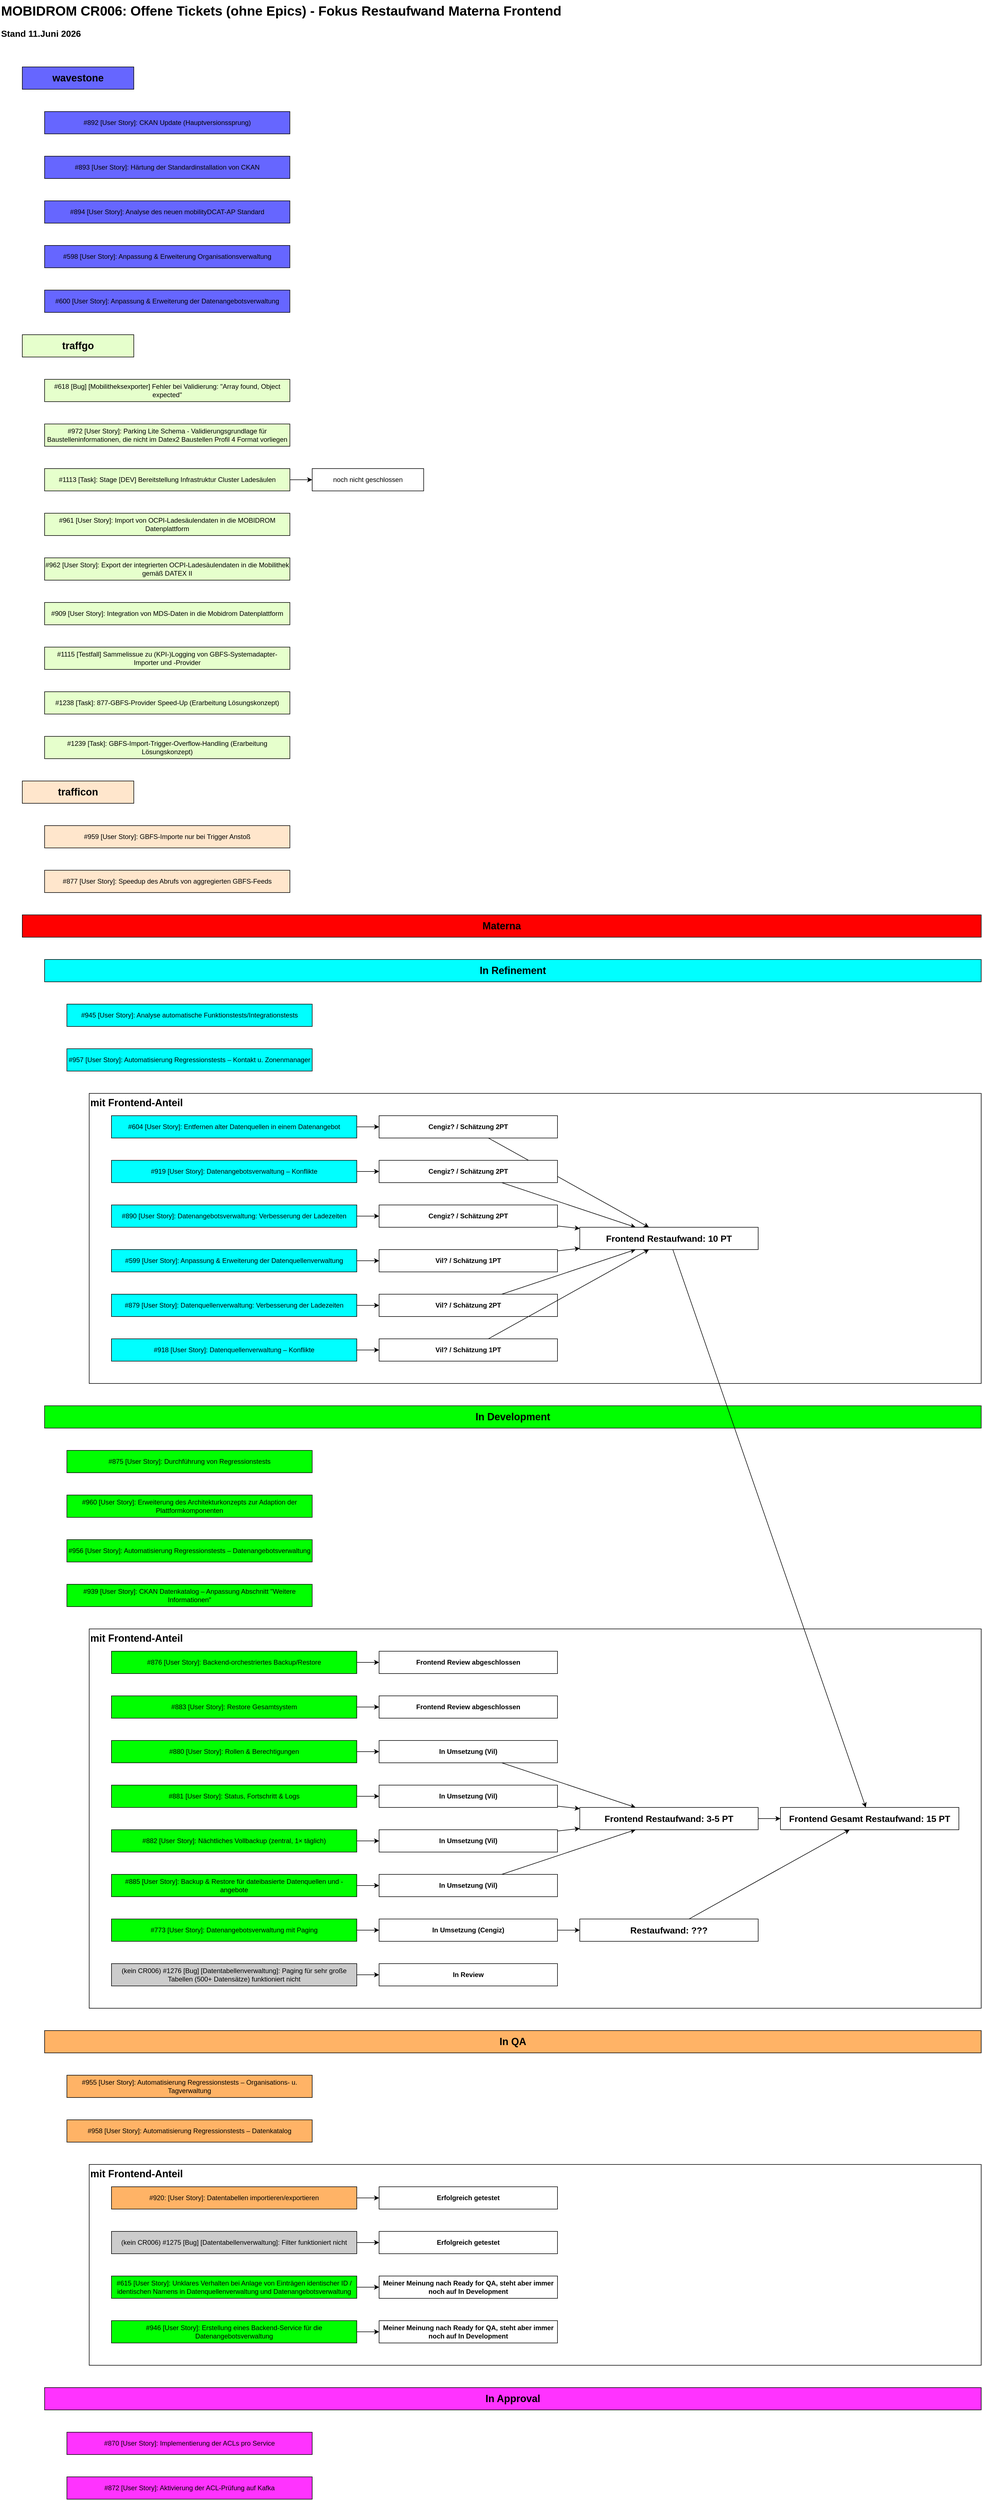
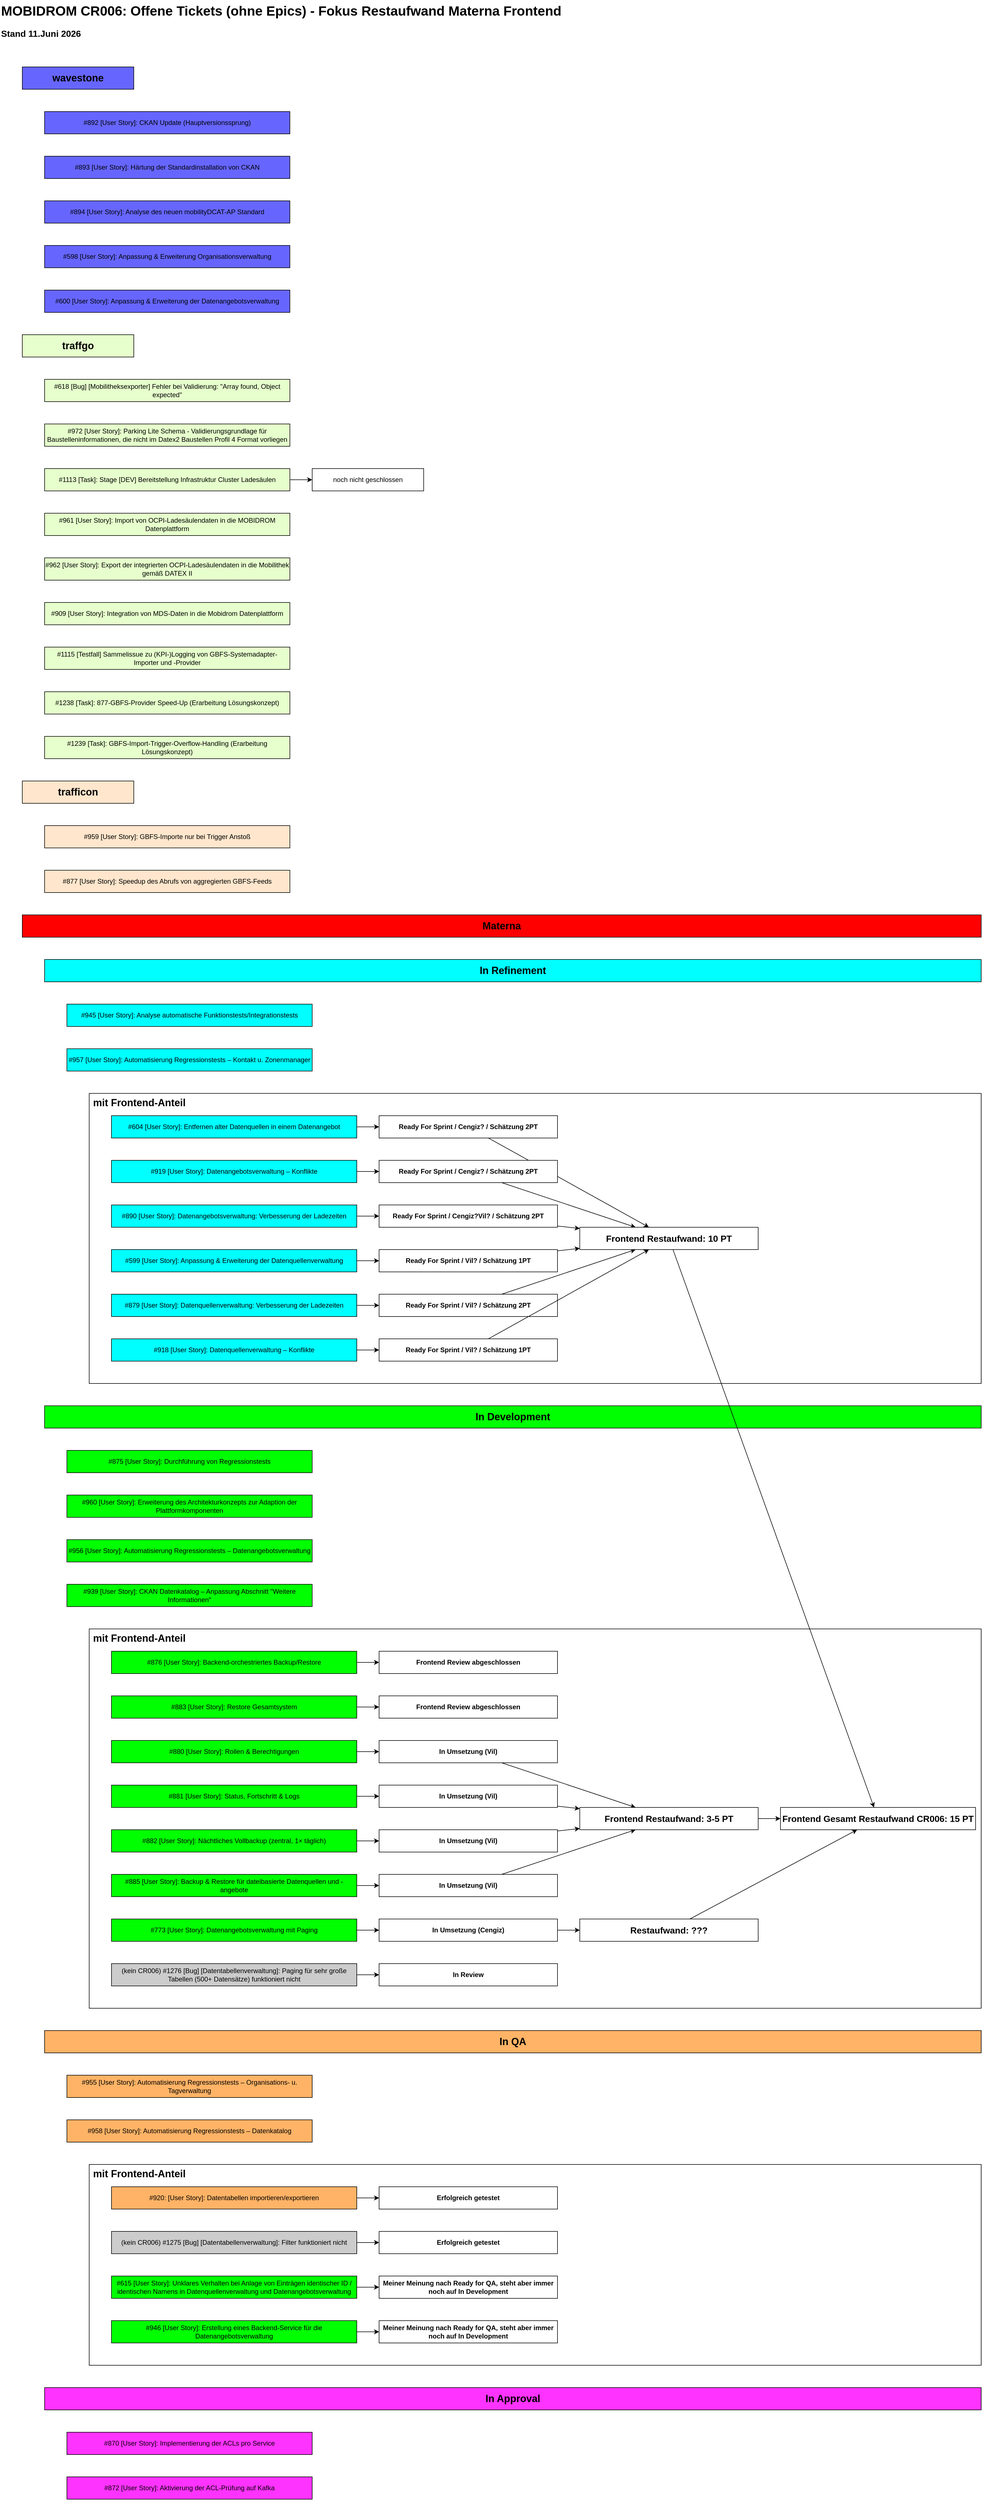
<mxfile host="app.diagrams.net">
  <diagram name="Page-1" id="0BLjgJdESMF3buwbVgl_">
-     <mxGraphModel dx="1816" dy="1098" grid="1" gridSize="10" guides="1" tooltips="1" connect="1" arrows="1" fold="1" page="1" pageScale="1" pageWidth="850" pageHeight="1100" math="0" shadow="0">
+     <mxGraphModel dx="506" dy="297" grid="1" gridSize="10" guides="1" tooltips="1" connect="1" arrows="1" fold="1" page="1" pageScale="1" pageWidth="850" pageHeight="1100" math="0" shadow="0">
      <root>
        <mxCell id="0" />
        <mxCell id="1" parent="0" />
-         <mxCell id="KAzs0ncSA1o2T3-7AXRQ-69" parent="1" style="rounded=0;whiteSpace=wrap;html=1;fontColor=#000000;fillColor=#FFFFFF;fontStyle=1;fontSize=18;align=left;verticalAlign=top;" value="mit Frontend-Anteil" vertex="1">
+         <mxCell id="KAzs0ncSA1o2T3-7AXRQ-69" parent="1" style="rounded=0;whiteSpace=wrap;html=1;fontColor=#000000;fillColor=#FFFFFF;fontStyle=1;fontSize=18;align=left;verticalAlign=top;" value="&amp;nbsp;mit Frontend-Anteil" vertex="1">
          <mxGeometry height="360" width="1600" x="200" y="3920" as="geometry" />
        </mxCell>
-         <mxCell id="KAzs0ncSA1o2T3-7AXRQ-68" parent="1" style="rounded=0;whiteSpace=wrap;html=1;fontColor=#000000;fillColor=#FFFFFF;fontStyle=1;fontSize=18;align=left;verticalAlign=top;" value="mit Frontend-Anteil" vertex="1">
+         <mxCell id="KAzs0ncSA1o2T3-7AXRQ-68" parent="1" style="rounded=0;whiteSpace=wrap;html=1;fontColor=#000000;fillColor=#FFFFFF;fontStyle=1;fontSize=18;align=left;verticalAlign=top;" value="&amp;nbsp;mit Frontend-Anteil" vertex="1">
          <mxGeometry height="680" width="1600" x="200" y="2960" as="geometry" />
        </mxCell>
-         <mxCell id="KAzs0ncSA1o2T3-7AXRQ-67" parent="1" style="rounded=0;whiteSpace=wrap;html=1;fontColor=#000000;fillColor=#FFFFFF;fontStyle=1;verticalAlign=top;align=left;fontSize=18;" value="mit Frontend-Anteil" vertex="1">
+         <mxCell id="KAzs0ncSA1o2T3-7AXRQ-67" parent="1" style="rounded=0;whiteSpace=wrap;html=1;fontColor=#000000;fillColor=#FFFFFF;fontStyle=1;verticalAlign=top;align=left;fontSize=18;" value="&amp;nbsp;mit Frontend-Anteil" vertex="1">
          <mxGeometry height="520" width="1600" x="200" y="2000" as="geometry" />
        </mxCell>
        <mxCell id="KAzs0ncSA1o2T3-7AXRQ-1" parent="1" style="rounded=0;whiteSpace=wrap;html=1;strokeColor=none;fontSize=24;fontStyle=1;align=left;" value="MOBIDROM CR006: Offene Tickets (ohne Epics) - Fokus Restaufwand Materna Frontend" vertex="1">
          <mxGeometry height="40" width="1030" x="40" y="40" as="geometry" />
        </mxCell>
        <mxCell id="KAzs0ncSA1o2T3-7AXRQ-2" parent="1" style="rounded=0;whiteSpace=wrap;html=1;strokeColor=none;fontSize=16;fontStyle=1;align=left;" value="&lt;div&gt;Stand 11.Juni 2026&lt;/div&gt;" vertex="1">
          <mxGeometry height="40" width="160" x="40" y="80" as="geometry" />
        </mxCell>
        <mxCell id="KAzs0ncSA1o2T3-7AXRQ-77" edge="1" parent="1" source="KAzs0ncSA1o2T3-7AXRQ-3" style="edgeStyle=none;rounded=0;orthogonalLoop=1;jettySize=auto;html=1;" target="KAzs0ncSA1o2T3-7AXRQ-76" value="">
          <mxGeometry relative="1" as="geometry" />
        </mxCell>
        <mxCell id="KAzs0ncSA1o2T3-7AXRQ-3" parent="1" style="rounded=0;whiteSpace=wrap;html=1;fillColor=#FFB366;" value="#920: [User Story]: Datentabellen importieren/exportieren" vertex="1">
          <mxGeometry height="40" width="440" x="240" y="3960" as="geometry" />
        </mxCell>
        <mxCell id="KAzs0ncSA1o2T3-7AXRQ-4" parent="1" style="rounded=0;whiteSpace=wrap;html=1;fontColor=#000000;fillColor=#FFB366;fontStyle=1;fontSize=18;" value="In QA" vertex="1">
          <mxGeometry height="40" width="1680" x="120" y="3680" as="geometry" />
        </mxCell>
        <mxCell id="KAzs0ncSA1o2T3-7AXRQ-5" parent="1" style="rounded=0;whiteSpace=wrap;html=1;fillColor=#6666FF;" value="#892&amp;nbsp;[User Story]: CKAN Update (Hauptversionssprung)" vertex="1">
          <mxGeometry height="40" width="440" x="120" y="240" as="geometry" />
        </mxCell>
        <mxCell id="KAzs0ncSA1o2T3-7AXRQ-6" parent="1" style="rounded=0;whiteSpace=wrap;html=1;fontColor=#000000;fillColor=#6666FF;fontStyle=1;fontSize=18;" value="wavestone" vertex="1">
          <mxGeometry height="40" width="200" x="80" y="160" as="geometry" />
        </mxCell>
        <mxCell id="KAzs0ncSA1o2T3-7AXRQ-7" parent="1" style="rounded=0;whiteSpace=wrap;html=1;fillColor=#FF33FF;" value="#870&amp;nbsp;[User Story]: Implementierung der ACLs pro Service" vertex="1">
          <mxGeometry height="40" width="440" x="160" y="4400" as="geometry" />
        </mxCell>
        <mxCell id="KAzs0ncSA1o2T3-7AXRQ-8" parent="1" style="rounded=0;whiteSpace=wrap;html=1;fillColor=#FF33FF;" value="#872&amp;nbsp;[User Story]: Aktivierung der ACL-Prüfung auf Kafka" vertex="1">
          <mxGeometry height="40" width="440" x="160" y="4480" as="geometry" />
        </mxCell>
        <mxCell id="KAzs0ncSA1o2T3-7AXRQ-9" parent="1" style="rounded=0;whiteSpace=wrap;html=1;fontColor=#000000;fillColor=#FF33FF;fontStyle=1;fontSize=18;" value="In Approval" vertex="1">
          <mxGeometry height="40" width="1680" x="120" y="4320" as="geometry" />
        </mxCell>
        <mxCell id="KAzs0ncSA1o2T3-7AXRQ-10" parent="1" style="rounded=0;whiteSpace=wrap;html=1;fillColor=#6666FF;" value="#893&amp;nbsp;[User Story]: Härtung der Standardinstallation von CKAN" vertex="1">
          <mxGeometry height="40" width="440" x="120" y="320" as="geometry" />
        </mxCell>
        <mxCell id="KAzs0ncSA1o2T3-7AXRQ-11" parent="1" style="rounded=0;whiteSpace=wrap;html=1;fillColor=#6666FF;" value="#894&amp;nbsp;[User Story]: Analyse des neuen mobilityDCAT-AP Standard" vertex="1">
          <mxGeometry height="40" width="440" x="120" y="400" as="geometry" />
        </mxCell>
        <mxCell id="KAzs0ncSA1o2T3-7AXRQ-12" parent="1" style="rounded=0;whiteSpace=wrap;html=1;fillColor=#E6FFCC;" value="#618&amp;nbsp;[Bug] [Mobilitheksexporter] Fehler bei Validierung: &quot;Array found, Object expected&quot;" vertex="1">
          <mxGeometry height="40" width="440" x="120" y="720" as="geometry" />
        </mxCell>
        <mxCell id="KAzs0ncSA1o2T3-7AXRQ-13" parent="1" style="rounded=0;whiteSpace=wrap;html=1;fontColor=#000000;fillColor=#E6FFCC;fontStyle=1;fontSize=18;" value="&lt;div&gt;traffgo&lt;/div&gt;" vertex="1">
          <mxGeometry height="40" width="200" x="80" y="640" as="geometry" />
        </mxCell>
        <mxCell id="KAzs0ncSA1o2T3-7AXRQ-14" parent="1" style="rounded=0;whiteSpace=wrap;html=1;fontColor=#000000;fillColor=#FFE6CC;fontStyle=1;fontSize=18;" value="&lt;div&gt;trafficon&lt;/div&gt;" vertex="1">
          <mxGeometry height="40" width="200" x="80" y="1440" as="geometry" />
        </mxCell>
        <mxCell id="KAzs0ncSA1o2T3-7AXRQ-15" parent="1" style="rounded=0;whiteSpace=wrap;html=1;fillColor=#FFE6CC;" value="#959&amp;nbsp;[User Story]: GBFS-Importe nur bei Trigger Anstoß" vertex="1">
          <mxGeometry height="40" width="440" x="120" y="1520" as="geometry" />
        </mxCell>
        <mxCell id="KAzs0ncSA1o2T3-7AXRQ-75" edge="1" parent="1" source="KAzs0ncSA1o2T3-7AXRQ-16" style="edgeStyle=none;rounded=0;orthogonalLoop=1;jettySize=auto;html=1;" target="KAzs0ncSA1o2T3-7AXRQ-74" value="">
          <mxGeometry relative="1" as="geometry" />
        </mxCell>
        <mxCell id="KAzs0ncSA1o2T3-7AXRQ-16" parent="1" style="rounded=0;whiteSpace=wrap;html=1;fillColor=#00FF00;" value="#615&amp;nbsp;[User Story]: Unklares Verhalten bei Anlage von Einträgen identischer ID / identischen Namens in Datenquellenverwaltung und Datenangebotsverwaltung" vertex="1">
          <mxGeometry height="40" width="440" x="240" y="4120" as="geometry" />
        </mxCell>
        <mxCell id="KAzs0ncSA1o2T3-7AXRQ-17" parent="1" style="rounded=0;whiteSpace=wrap;html=1;fontColor=#000000;fillColor=#00FF00;fontStyle=1;fontSize=18;" value="In Development" vertex="1">
          <mxGeometry height="40" width="1680" x="120" y="2560" as="geometry" />
        </mxCell>
        <mxCell id="KAzs0ncSA1o2T3-7AXRQ-83" edge="1" parent="1" source="KAzs0ncSA1o2T3-7AXRQ-18" style="edgeStyle=none;rounded=0;orthogonalLoop=1;jettySize=auto;html=1;" target="KAzs0ncSA1o2T3-7AXRQ-82" value="">
          <mxGeometry relative="1" as="geometry" />
        </mxCell>
        <mxCell id="KAzs0ncSA1o2T3-7AXRQ-18" parent="1" style="rounded=0;whiteSpace=wrap;html=1;fillColor=#00FF00;" value="#773&amp;nbsp;[User Story]: Datenangebotsverwaltung mit Paging" vertex="1">
          <mxGeometry height="40" width="440" x="240" y="3480" as="geometry" />
        </mxCell>
        <mxCell id="KAzs0ncSA1o2T3-7AXRQ-19" parent="1" style="rounded=0;whiteSpace=wrap;html=1;fillColor=#00FF00;" value="#875&amp;nbsp;[User Story]: Durchführung von Regressionstests" vertex="1">
          <mxGeometry height="40" width="440" x="160" y="2640" as="geometry" />
        </mxCell>
        <mxCell id="KAzs0ncSA1o2T3-7AXRQ-81" edge="1" parent="1" source="KAzs0ncSA1o2T3-7AXRQ-20" style="edgeStyle=none;rounded=0;orthogonalLoop=1;jettySize=auto;html=1;" target="KAzs0ncSA1o2T3-7AXRQ-80" value="">
          <mxGeometry relative="1" as="geometry" />
        </mxCell>
        <mxCell id="KAzs0ncSA1o2T3-7AXRQ-20" parent="1" style="rounded=0;whiteSpace=wrap;html=1;fillColor=#00FF00;" value="#876&amp;nbsp;[User Story]: Backend-orchestriertes Backup/Restore" vertex="1">
          <mxGeometry height="40" width="440" x="240" y="3000" as="geometry" />
        </mxCell>
        <mxCell id="KAzs0ncSA1o2T3-7AXRQ-21" parent="1" style="rounded=0;whiteSpace=wrap;html=1;fillColor=#FFE6CC;" value="#877&amp;nbsp;[User Story]: Speedup des Abrufs von aggregierten GBFS-Feeds" vertex="1">
          <mxGeometry height="40" width="440" x="120" y="1600" as="geometry" />
        </mxCell>
        <mxCell id="KAzs0ncSA1o2T3-7AXRQ-87" edge="1" parent="1" source="KAzs0ncSA1o2T3-7AXRQ-22" style="edgeStyle=none;rounded=0;orthogonalLoop=1;jettySize=auto;html=1;" target="KAzs0ncSA1o2T3-7AXRQ-86" value="">
          <mxGeometry relative="1" as="geometry" />
        </mxCell>
        <mxCell id="KAzs0ncSA1o2T3-7AXRQ-22" parent="1" style="rounded=0;whiteSpace=wrap;html=1;fillColor=#00FF00;" value="#880&amp;nbsp;[User Story]: Rollen &amp;amp; Berechtigungen" vertex="1">
          <mxGeometry height="40" width="440" x="240" y="3160" as="geometry" />
        </mxCell>
        <mxCell id="KAzs0ncSA1o2T3-7AXRQ-89" edge="1" parent="1" source="KAzs0ncSA1o2T3-7AXRQ-23" style="edgeStyle=none;rounded=0;orthogonalLoop=1;jettySize=auto;html=1;" target="KAzs0ncSA1o2T3-7AXRQ-88" value="">
          <mxGeometry relative="1" as="geometry" />
        </mxCell>
        <mxCell id="KAzs0ncSA1o2T3-7AXRQ-23" parent="1" style="rounded=0;whiteSpace=wrap;html=1;fillColor=#00FF00;" value="#881&amp;nbsp;[User Story]: Status, Fortschritt &amp;amp; Logs" vertex="1">
          <mxGeometry height="40" width="440" x="240" y="3240" as="geometry" />
        </mxCell>
        <mxCell id="KAzs0ncSA1o2T3-7AXRQ-93" edge="1" parent="1" source="KAzs0ncSA1o2T3-7AXRQ-24" style="edgeStyle=none;rounded=0;orthogonalLoop=1;jettySize=auto;html=1;" target="KAzs0ncSA1o2T3-7AXRQ-92" value="">
          <mxGeometry relative="1" as="geometry" />
        </mxCell>
        <mxCell id="KAzs0ncSA1o2T3-7AXRQ-24" parent="1" style="rounded=0;whiteSpace=wrap;html=1;fillColor=#00FF00;" value="#885&amp;nbsp;[User Story]: Backup &amp;amp; Restore für dateibasierte Datenquellen und -angebote" vertex="1">
          <mxGeometry height="40" width="440" x="240" y="3400" as="geometry" />
        </mxCell>
        <mxCell id="KAzs0ncSA1o2T3-7AXRQ-112" edge="1" parent="1" source="KAzs0ncSA1o2T3-7AXRQ-25" style="edgeStyle=none;rounded=0;orthogonalLoop=1;jettySize=auto;html=1;" target="KAzs0ncSA1o2T3-7AXRQ-111" value="">
          <mxGeometry relative="1" as="geometry" />
        </mxCell>
        <mxCell id="KAzs0ncSA1o2T3-7AXRQ-25" parent="1" style="rounded=0;whiteSpace=wrap;html=1;fillColor=#00FFFF;" value="#918&amp;nbsp;[User Story]: Datenquellenverwaltung – Konflikte" vertex="1">
          <mxGeometry height="40" width="440" x="240" y="2440" as="geometry" />
        </mxCell>
        <mxCell id="KAzs0ncSA1o2T3-7AXRQ-104" edge="1" parent="1" source="KAzs0ncSA1o2T3-7AXRQ-26" style="edgeStyle=none;rounded=0;orthogonalLoop=1;jettySize=auto;html=1;" target="KAzs0ncSA1o2T3-7AXRQ-103" value="">
          <mxGeometry relative="1" as="geometry" />
        </mxCell>
        <mxCell id="KAzs0ncSA1o2T3-7AXRQ-26" parent="1" style="rounded=0;whiteSpace=wrap;html=1;fillColor=#00FFFF;" value="#919&amp;nbsp;[User Story]: Datenangebotsverwaltung – Konflikte" vertex="1">
          <mxGeometry height="40" width="440" x="240" y="2120" as="geometry" />
        </mxCell>
        <mxCell id="KAzs0ncSA1o2T3-7AXRQ-27" parent="1" style="rounded=0;whiteSpace=wrap;html=1;fillColor=#FFB366;" value="#955&amp;nbsp;[User Story]: Automatisierung Regressionstests – Organisations- u. Tagverwaltung" vertex="1">
          <mxGeometry height="40" width="440" x="160" y="3760" as="geometry" />
        </mxCell>
        <mxCell id="KAzs0ncSA1o2T3-7AXRQ-28" parent="1" style="rounded=0;whiteSpace=wrap;html=1;fontColor=#000000;fillColor=#00FFFF;fontStyle=1;fontSize=18;" value="In Refinement" vertex="1">
          <mxGeometry height="40" width="1680" x="120" y="1760" as="geometry" />
        </mxCell>
        <mxCell id="KAzs0ncSA1o2T3-7AXRQ-29" parent="1" style="rounded=0;whiteSpace=wrap;html=1;fillColor=#00FF00;" value="#960&amp;nbsp;[User Story]: Erweiterung des Architekturkonzepts zur Adaption der Plattformkomponenten" vertex="1">
          <mxGeometry height="40" width="440" x="160" y="2720" as="geometry" />
        </mxCell>
        <mxCell id="KAzs0ncSA1o2T3-7AXRQ-30" parent="1" style="rounded=0;whiteSpace=wrap;html=1;fillColor=#6666FF;" value="#598&amp;nbsp;[User Story]: Anpassung &amp;amp; Erweiterung Organisationsverwaltung" vertex="1">
          <mxGeometry height="40" width="440" x="120" y="480" as="geometry" />
        </mxCell>
        <mxCell id="KAzs0ncSA1o2T3-7AXRQ-108" edge="1" parent="1" source="KAzs0ncSA1o2T3-7AXRQ-31" style="edgeStyle=none;rounded=0;orthogonalLoop=1;jettySize=auto;html=1;" target="KAzs0ncSA1o2T3-7AXRQ-107" value="">
          <mxGeometry relative="1" as="geometry" />
        </mxCell>
        <mxCell id="KAzs0ncSA1o2T3-7AXRQ-31" parent="1" style="rounded=0;whiteSpace=wrap;html=1;fillColor=#00FFFF;" value="#599&amp;nbsp;[User Story]: Anpassung &amp;amp; Erweiterung der Datenquellenverwaltung" vertex="1">
          <mxGeometry height="40" width="440" x="240" y="2280" as="geometry" />
        </mxCell>
        <mxCell id="KAzs0ncSA1o2T3-7AXRQ-32" parent="1" style="rounded=0;whiteSpace=wrap;html=1;fillColor=#6666FF;" value="#600&amp;nbsp;[User Story]: Anpassung &amp;amp; Erweiterung der Datenangebotsverwaltung" vertex="1">
          <mxGeometry height="40" width="440" x="120" y="560" as="geometry" />
        </mxCell>
        <mxCell id="KAzs0ncSA1o2T3-7AXRQ-106" edge="1" parent="1" source="KAzs0ncSA1o2T3-7AXRQ-33" style="edgeStyle=none;rounded=0;orthogonalLoop=1;jettySize=auto;html=1;" target="KAzs0ncSA1o2T3-7AXRQ-105" value="">
          <mxGeometry relative="1" as="geometry" />
        </mxCell>
        <mxCell id="KAzs0ncSA1o2T3-7AXRQ-33" parent="1" style="rounded=0;whiteSpace=wrap;html=1;fillColor=#00FFFF;" value="#890&amp;nbsp;[User Story]: Datenangebotsverwaltung: Verbesserung der Ladezeiten" vertex="1">
          <mxGeometry height="40" width="440" x="240" y="2200" as="geometry" />
        </mxCell>
        <mxCell id="KAzs0ncSA1o2T3-7AXRQ-34" parent="1" style="rounded=0;whiteSpace=wrap;html=1;fillColor=#E6FFCC;" value="#972&amp;nbsp;[User Story]: Parking Lite Schema - Validierungsgrundlage für Baustelleninformationen, die nicht im Datex2 Baustellen Profil 4 Format vorliegen" vertex="1">
          <mxGeometry height="40" width="440" x="120" y="800" as="geometry" />
        </mxCell>
        <mxCell id="KAzs0ncSA1o2T3-7AXRQ-55" edge="1" parent="1" source="KAzs0ncSA1o2T3-7AXRQ-35" style="edgeStyle=orthogonalEdgeStyle;rounded=0;orthogonalLoop=1;jettySize=auto;html=1;" target="KAzs0ncSA1o2T3-7AXRQ-54" value="">
          <mxGeometry relative="1" as="geometry" />
        </mxCell>
        <mxCell id="KAzs0ncSA1o2T3-7AXRQ-35" parent="1" style="rounded=0;whiteSpace=wrap;html=1;fillColor=#E6FFCC;" value="#1113&amp;nbsp;[Task]: Stage [DEV] Bereitstellung Infrastruktur Cluster Ladesäulen" vertex="1">
          <mxGeometry height="40" width="440" x="120" y="880" as="geometry" />
        </mxCell>
        <mxCell id="KAzs0ncSA1o2T3-7AXRQ-36" parent="1" style="rounded=0;whiteSpace=wrap;html=1;fillColor=#00FF00;" value="#956&amp;nbsp;[User Story]: Automatisierung Regressionstests – Datenangebotsverwaltung" vertex="1">
          <mxGeometry height="40" width="440" x="160" y="2800" as="geometry" />
        </mxCell>
        <mxCell id="KAzs0ncSA1o2T3-7AXRQ-37" parent="1" style="rounded=0;whiteSpace=wrap;html=1;fillColor=#FFB366;" value="#958&amp;nbsp;[User Story]: Automatisierung Regressionstests – Datenkatalog" vertex="1">
          <mxGeometry height="40" width="440" x="160" y="3840" as="geometry" />
        </mxCell>
        <mxCell id="KAzs0ncSA1o2T3-7AXRQ-38" parent="1" style="rounded=0;whiteSpace=wrap;html=1;fillColor=#E6FFCC;" value="#961&amp;nbsp;[User Story]: Import von OCPI-Ladesäulendaten in die MOBIDROM Datenplattform" vertex="1">
          <mxGeometry height="40" width="440" x="120" y="960" as="geometry" />
        </mxCell>
        <mxCell id="KAzs0ncSA1o2T3-7AXRQ-39" parent="1" style="rounded=0;whiteSpace=wrap;html=1;fillColor=#E6FFCC;" value="#962&amp;nbsp;[User Story]: Export der integrierten OCPI-Ladesäulendaten in die Mobilithek gemäß DATEX II" vertex="1">
          <mxGeometry height="40" width="440" x="120" y="1040" as="geometry" />
        </mxCell>
        <mxCell id="KAzs0ncSA1o2T3-7AXRQ-58" edge="1" parent="1" source="KAzs0ncSA1o2T3-7AXRQ-40" style="edgeStyle=none;rounded=0;orthogonalLoop=1;jettySize=auto;html=1;" target="KAzs0ncSA1o2T3-7AXRQ-41" value="">
          <mxGeometry relative="1" as="geometry" />
        </mxCell>
        <mxCell id="KAzs0ncSA1o2T3-7AXRQ-40" parent="1" style="rounded=0;whiteSpace=wrap;html=1;fillColor=#00FF00;" value="#946&amp;nbsp;[User Story]: Erstellung eines Backend-Service für die Datenangebotsverwaltung" vertex="1">
          <mxGeometry height="40" width="440" x="240" y="4200" as="geometry" />
        </mxCell>
        <mxCell id="KAzs0ncSA1o2T3-7AXRQ-41" parent="1" style="rounded=0;whiteSpace=wrap;html=1;fontStyle=1" value="Meiner Meinung nach Ready for QA, steht aber immer noch auf In Development" vertex="1">
          <mxGeometry height="40" width="320" x="720" y="4200" as="geometry" />
        </mxCell>
        <mxCell id="KAzs0ncSA1o2T3-7AXRQ-43" parent="1" style="rounded=0;whiteSpace=wrap;html=1;fillColor=#00FFFF;" value="#945&amp;nbsp;[User Story]: Analyse automatische Funktionstests/Integrationstests" vertex="1">
          <mxGeometry height="40" width="440" x="160" y="1840" as="geometry" />
        </mxCell>
        <mxCell id="KAzs0ncSA1o2T3-7AXRQ-44" parent="1" style="rounded=0;whiteSpace=wrap;html=1;fillColor=#E6FFCC;" value="#909&amp;nbsp;[User Story]: Integration von MDS-Daten in die Mobidrom Datenplattform" vertex="1">
          <mxGeometry height="40" width="440" x="120" y="1120" as="geometry" />
        </mxCell>
        <mxCell id="KAzs0ncSA1o2T3-7AXRQ-45" parent="1" style="rounded=0;whiteSpace=wrap;html=1;fillColor=#00FF00;" value="#939&amp;nbsp;[User Story]: CKAN Datenkatalog – Anpassung Abschnitt &quot;Weitere Informationen&quot;" vertex="1">
          <mxGeometry height="40" width="440" x="160" y="2880" as="geometry" />
        </mxCell>
        <mxCell id="KAzs0ncSA1o2T3-7AXRQ-102" edge="1" parent="1" source="KAzs0ncSA1o2T3-7AXRQ-46" style="edgeStyle=none;rounded=0;orthogonalLoop=1;jettySize=auto;html=1;" target="KAzs0ncSA1o2T3-7AXRQ-101" value="">
          <mxGeometry relative="1" as="geometry" />
        </mxCell>
        <mxCell id="KAzs0ncSA1o2T3-7AXRQ-46" parent="1" style="rounded=0;whiteSpace=wrap;html=1;fillColor=#00FFFF;" value="#604&amp;nbsp;[User Story]: Entfernen alter Datenquellen in einem Datenangebot" vertex="1">
          <mxGeometry height="40" width="440" x="240" y="2040" as="geometry" />
        </mxCell>
        <mxCell id="KAzs0ncSA1o2T3-7AXRQ-110" edge="1" parent="1" source="KAzs0ncSA1o2T3-7AXRQ-47" style="edgeStyle=none;rounded=0;orthogonalLoop=1;jettySize=auto;html=1;" target="KAzs0ncSA1o2T3-7AXRQ-109" value="">
          <mxGeometry relative="1" as="geometry" />
        </mxCell>
        <mxCell id="KAzs0ncSA1o2T3-7AXRQ-47" parent="1" style="rounded=0;whiteSpace=wrap;html=1;fillColor=#00FFFF;" value="#879&amp;nbsp;[User Story]: Datenquellenverwaltung: Verbesserung der Ladezeiten" vertex="1">
          <mxGeometry height="40" width="440" x="240" y="2360" as="geometry" />
        </mxCell>
        <mxCell id="KAzs0ncSA1o2T3-7AXRQ-91" edge="1" parent="1" source="KAzs0ncSA1o2T3-7AXRQ-48" style="edgeStyle=none;rounded=0;orthogonalLoop=1;jettySize=auto;html=1;" target="KAzs0ncSA1o2T3-7AXRQ-90" value="">
          <mxGeometry relative="1" as="geometry" />
        </mxCell>
        <mxCell id="KAzs0ncSA1o2T3-7AXRQ-48" parent="1" style="rounded=0;whiteSpace=wrap;html=1;fillColor=#00FF00;" value="#882&amp;nbsp;[User Story]: Nächtliches Vollbackup (zentral, 1× täglich)" vertex="1">
          <mxGeometry height="40" width="440" x="240" y="3320" as="geometry" />
        </mxCell>
        <mxCell id="KAzs0ncSA1o2T3-7AXRQ-85" edge="1" parent="1" source="KAzs0ncSA1o2T3-7AXRQ-49" style="edgeStyle=none;rounded=0;orthogonalLoop=1;jettySize=auto;html=1;" target="KAzs0ncSA1o2T3-7AXRQ-84" value="">
          <mxGeometry relative="1" as="geometry" />
        </mxCell>
        <mxCell id="KAzs0ncSA1o2T3-7AXRQ-49" parent="1" style="rounded=0;whiteSpace=wrap;html=1;fillColor=#00FF00;" value="#883&amp;nbsp;[User Story]: Restore Gesamtsystem" vertex="1">
          <mxGeometry height="40" width="440" x="240" y="3080" as="geometry" />
        </mxCell>
        <mxCell id="KAzs0ncSA1o2T3-7AXRQ-50" parent="1" style="rounded=0;whiteSpace=wrap;html=1;fillColor=#00FFFF;" value="#957&amp;nbsp;[User Story]: Automatisierung Regressionstests – Kontakt u. Zonenmanager" vertex="1">
          <mxGeometry height="40" width="440" x="160" y="1920" as="geometry" />
        </mxCell>
        <mxCell id="KAzs0ncSA1o2T3-7AXRQ-51" parent="1" style="rounded=0;whiteSpace=wrap;html=1;fillColor=#E6FFCC;" value="#1115&amp;nbsp;[Testfall] Sammelissue zu (KPI-)Logging von GBFS-Systemadapter-Importer und -Provider" vertex="1">
          <mxGeometry height="40" width="440" x="120" y="1200" as="geometry" />
        </mxCell>
        <mxCell id="KAzs0ncSA1o2T3-7AXRQ-52" parent="1" style="rounded=0;whiteSpace=wrap;html=1;fillColor=#E6FFCC;" value="#1238&amp;nbsp;[Task]: 877-GBFS-Provider Speed-Up (Erarbeitung Lösungskonzept)" vertex="1">
          <mxGeometry height="40" width="440" x="120" y="1280" as="geometry" />
        </mxCell>
        <mxCell id="KAzs0ncSA1o2T3-7AXRQ-53" parent="1" style="rounded=0;whiteSpace=wrap;html=1;fillColor=#E6FFCC;" value="#1239&amp;nbsp;[Task]: GBFS-Import-Trigger-Overflow-Handling (Erarbeitung Lösungskonzept)" vertex="1">
          <mxGeometry height="40" width="440" x="120" y="1360" as="geometry" />
        </mxCell>
        <mxCell id="KAzs0ncSA1o2T3-7AXRQ-54" parent="1" style="rounded=0;whiteSpace=wrap;html=1;" value="noch nicht geschlossen" vertex="1">
          <mxGeometry height="40" width="200" x="600" y="880" as="geometry" />
        </mxCell>
        <mxCell id="KAzs0ncSA1o2T3-7AXRQ-56" parent="1" style="rounded=0;whiteSpace=wrap;html=1;fontColor=#000000;fillColor=#FF0000;fontStyle=1;fontSize=18;" value="Materna" vertex="1">
          <mxGeometry height="40" width="1720" x="80" y="1680" as="geometry" />
        </mxCell>
        <mxCell id="KAzs0ncSA1o2T3-7AXRQ-62" edge="1" parent="1" source="KAzs0ncSA1o2T3-7AXRQ-16" style="edgeStyle=none;rounded=0;orthogonalLoop=1;jettySize=auto;html=1;exitX=0.75;exitY=0;exitDx=0;exitDy=0;" target="KAzs0ncSA1o2T3-7AXRQ-16">
          <mxGeometry relative="1" as="geometry" />
        </mxCell>
        <mxCell id="KAzs0ncSA1o2T3-7AXRQ-66" edge="1" parent="1" source="KAzs0ncSA1o2T3-7AXRQ-41" style="edgeStyle=none;rounded=0;orthogonalLoop=1;jettySize=auto;html=1;exitX=0.5;exitY=1;exitDx=0;exitDy=0;" target="KAzs0ncSA1o2T3-7AXRQ-41">
          <mxGeometry relative="1" as="geometry" />
        </mxCell>
        <mxCell id="KAzs0ncSA1o2T3-7AXRQ-79" edge="1" parent="1" source="KAzs0ncSA1o2T3-7AXRQ-70" style="edgeStyle=none;rounded=0;orthogonalLoop=1;jettySize=auto;html=1;" target="KAzs0ncSA1o2T3-7AXRQ-78" value="">
          <mxGeometry relative="1" as="geometry" />
        </mxCell>
        <mxCell id="KAzs0ncSA1o2T3-7AXRQ-70" parent="1" style="rounded=0;whiteSpace=wrap;html=1;fillColor=#CCCCCC;" value="(kein CR006) #1276&amp;nbsp;[Bug] [Datentabellenverwaltung]: Paging für sehr große Tabellen (500+ Datensätze) funktioniert nicht" vertex="1">
          <mxGeometry height="40" width="440" x="240" y="3560" as="geometry" />
        </mxCell>
        <mxCell id="KAzs0ncSA1o2T3-7AXRQ-73" edge="1" parent="1" source="KAzs0ncSA1o2T3-7AXRQ-71" style="edgeStyle=none;rounded=0;orthogonalLoop=1;jettySize=auto;html=1;" target="KAzs0ncSA1o2T3-7AXRQ-72" value="">
          <mxGeometry relative="1" as="geometry" />
        </mxCell>
        <mxCell id="KAzs0ncSA1o2T3-7AXRQ-71" parent="1" style="rounded=0;whiteSpace=wrap;html=1;fillColor=#CCCCCC;" value="(kein CR006) #1275&amp;nbsp;[Bug] [Datentabellenverwaltung]: Filter funktioniert nicht" vertex="1">
          <mxGeometry height="40" width="440" x="240" y="4040" as="geometry" />
        </mxCell>
        <mxCell id="KAzs0ncSA1o2T3-7AXRQ-72" parent="1" style="rounded=0;whiteSpace=wrap;html=1;fontStyle=1" value="Erfolgreich getestet" vertex="1">
          <mxGeometry height="40" width="320" x="720" y="4040" as="geometry" />
        </mxCell>
        <mxCell id="KAzs0ncSA1o2T3-7AXRQ-74" parent="1" style="rounded=0;whiteSpace=wrap;html=1;fontStyle=1" value="Meiner Meinung nach Ready for QA, steht aber immer noch auf In Development" vertex="1">
          <mxGeometry height="40" width="320" x="720" y="4120" as="geometry" />
        </mxCell>
        <mxCell id="KAzs0ncSA1o2T3-7AXRQ-76" parent="1" style="rounded=0;whiteSpace=wrap;html=1;fontStyle=1" value="Erfolgreich getestet" vertex="1">
          <mxGeometry height="40" width="320" x="720" y="3960" as="geometry" />
        </mxCell>
        <mxCell id="KAzs0ncSA1o2T3-7AXRQ-78" parent="1" style="rounded=0;whiteSpace=wrap;html=1;fontStyle=1" value="In Review" vertex="1">
          <mxGeometry height="40" width="320" x="720" y="3560" as="geometry" />
        </mxCell>
        <mxCell id="KAzs0ncSA1o2T3-7AXRQ-80" parent="1" style="rounded=0;whiteSpace=wrap;html=1;fontStyle=1" value="Frontend Review abgeschlossen" vertex="1">
          <mxGeometry height="40" width="320" x="720" y="3000" as="geometry" />
        </mxCell>
        <mxCell id="KAzs0ncSA1o2T3-7AXRQ-100" edge="1" parent="1" source="KAzs0ncSA1o2T3-7AXRQ-82" style="edgeStyle=none;rounded=0;orthogonalLoop=1;jettySize=auto;html=1;" target="KAzs0ncSA1o2T3-7AXRQ-99" value="">
          <mxGeometry relative="1" as="geometry" />
        </mxCell>
        <mxCell id="KAzs0ncSA1o2T3-7AXRQ-82" parent="1" style="rounded=0;whiteSpace=wrap;html=1;fontStyle=1" value="In Umsetzung (Cengiz)" vertex="1">
          <mxGeometry height="40" width="320" x="720" y="3480" as="geometry" />
        </mxCell>
        <mxCell id="KAzs0ncSA1o2T3-7AXRQ-84" parent="1" style="rounded=0;whiteSpace=wrap;html=1;fontStyle=1" value="Frontend Review abgeschlossen" vertex="1">
          <mxGeometry height="40" width="320" x="720" y="3080" as="geometry" />
        </mxCell>
        <mxCell id="KAzs0ncSA1o2T3-7AXRQ-95" edge="1" parent="1" source="KAzs0ncSA1o2T3-7AXRQ-86" style="edgeStyle=none;rounded=0;orthogonalLoop=1;jettySize=auto;html=1;" target="KAzs0ncSA1o2T3-7AXRQ-94" value="">
          <mxGeometry relative="1" as="geometry" />
        </mxCell>
        <mxCell id="KAzs0ncSA1o2T3-7AXRQ-86" parent="1" style="rounded=0;whiteSpace=wrap;html=1;fontStyle=1" value="In Umsetzung (Vil)" vertex="1">
          <mxGeometry height="40" width="320" x="720" y="3160" as="geometry" />
        </mxCell>
        <mxCell id="KAzs0ncSA1o2T3-7AXRQ-96" edge="1" parent="1" source="KAzs0ncSA1o2T3-7AXRQ-88" style="edgeStyle=none;rounded=0;orthogonalLoop=1;jettySize=auto;html=1;" target="KAzs0ncSA1o2T3-7AXRQ-94" value="">
          <mxGeometry relative="1" as="geometry" />
        </mxCell>
        <mxCell id="KAzs0ncSA1o2T3-7AXRQ-88" parent="1" style="rounded=0;whiteSpace=wrap;html=1;fontStyle=1" value="In Umsetzung (Vil)" vertex="1">
          <mxGeometry height="40" width="320" x="720" y="3240" as="geometry" />
        </mxCell>
        <mxCell id="KAzs0ncSA1o2T3-7AXRQ-97" edge="1" parent="1" source="KAzs0ncSA1o2T3-7AXRQ-90" style="edgeStyle=none;rounded=0;orthogonalLoop=1;jettySize=auto;html=1;" target="KAzs0ncSA1o2T3-7AXRQ-94" value="">
          <mxGeometry relative="1" as="geometry" />
        </mxCell>
        <mxCell id="KAzs0ncSA1o2T3-7AXRQ-90" parent="1" style="rounded=0;whiteSpace=wrap;html=1;fontStyle=1" value="In Umsetzung (Vil)" vertex="1">
          <mxGeometry height="40" width="320" x="720" y="3320" as="geometry" />
        </mxCell>
        <mxCell id="KAzs0ncSA1o2T3-7AXRQ-98" edge="1" parent="1" source="KAzs0ncSA1o2T3-7AXRQ-92" style="edgeStyle=none;rounded=0;orthogonalLoop=1;jettySize=auto;html=1;" target="KAzs0ncSA1o2T3-7AXRQ-94" value="">
          <mxGeometry relative="1" as="geometry" />
        </mxCell>
        <mxCell id="KAzs0ncSA1o2T3-7AXRQ-92" parent="1" style="rounded=0;whiteSpace=wrap;html=1;fontStyle=1" value="In Umsetzung (Vil)" vertex="1">
          <mxGeometry height="40" width="320" x="720" y="3400" as="geometry" />
        </mxCell>
        <mxCell id="KAzs0ncSA1o2T3-7AXRQ-122" edge="1" parent="1" source="KAzs0ncSA1o2T3-7AXRQ-94" style="edgeStyle=none;rounded=0;orthogonalLoop=1;jettySize=auto;html=1;" target="KAzs0ncSA1o2T3-7AXRQ-120" value="">
          <mxGeometry relative="1" as="geometry" />
        </mxCell>
        <mxCell id="KAzs0ncSA1o2T3-7AXRQ-94" parent="1" style="rounded=0;whiteSpace=wrap;html=1;fontStyle=1;fontSize=16;" value="Frontend Restaufwand: 3-5 PT" vertex="1">
          <mxGeometry height="40" width="320" x="1080" y="3280" as="geometry" />
        </mxCell>
        <mxCell id="KAzs0ncSA1o2T3-7AXRQ-123" edge="1" parent="1" source="KAzs0ncSA1o2T3-7AXRQ-99" style="edgeStyle=none;rounded=0;orthogonalLoop=1;jettySize=auto;html=1;" target="KAzs0ncSA1o2T3-7AXRQ-120" value="">
          <mxGeometry relative="1" as="geometry" />
        </mxCell>
        <mxCell id="KAzs0ncSA1o2T3-7AXRQ-99" parent="1" style="rounded=0;whiteSpace=wrap;html=1;fontStyle=1;fontSize=16;" value="Restaufwand: ???" vertex="1">
          <mxGeometry height="40" width="320" x="1080" y="3480" as="geometry" />
        </mxCell>
        <mxCell id="KAzs0ncSA1o2T3-7AXRQ-114" edge="1" parent="1" source="KAzs0ncSA1o2T3-7AXRQ-101" style="edgeStyle=none;rounded=0;orthogonalLoop=1;jettySize=auto;html=1;" target="KAzs0ncSA1o2T3-7AXRQ-113" value="">
          <mxGeometry relative="1" as="geometry" />
        </mxCell>
-         <mxCell id="KAzs0ncSA1o2T3-7AXRQ-101" parent="1" style="rounded=0;whiteSpace=wrap;html=1;fontStyle=1" value="Cengiz? / Schätzung 2PT" vertex="1">
+         <mxCell id="KAzs0ncSA1o2T3-7AXRQ-101" parent="1" style="rounded=0;whiteSpace=wrap;html=1;fontStyle=1" value="Ready For Sprint / Cengiz? / Schätzung 2PT" vertex="1">
          <mxGeometry height="40" width="320" x="720" y="2040" as="geometry" />
        </mxCell>
        <mxCell id="KAzs0ncSA1o2T3-7AXRQ-115" edge="1" parent="1" source="KAzs0ncSA1o2T3-7AXRQ-103" style="edgeStyle=none;rounded=0;orthogonalLoop=1;jettySize=auto;html=1;" target="KAzs0ncSA1o2T3-7AXRQ-113" value="">
          <mxGeometry relative="1" as="geometry" />
        </mxCell>
-         <mxCell id="KAzs0ncSA1o2T3-7AXRQ-103" parent="1" style="rounded=0;whiteSpace=wrap;html=1;fontStyle=1" value="Cengiz? / Schätzung 2PT" vertex="1">
+         <mxCell id="KAzs0ncSA1o2T3-7AXRQ-103" parent="1" style="rounded=0;whiteSpace=wrap;html=1;fontStyle=1" value="Ready For Sprint / Cengiz? / Schätzung 2PT" vertex="1">
          <mxGeometry height="40" width="320" x="720" y="2120" as="geometry" />
        </mxCell>
        <mxCell id="KAzs0ncSA1o2T3-7AXRQ-116" edge="1" parent="1" source="KAzs0ncSA1o2T3-7AXRQ-105" style="edgeStyle=none;rounded=0;orthogonalLoop=1;jettySize=auto;html=1;" target="KAzs0ncSA1o2T3-7AXRQ-113" value="">
          <mxGeometry relative="1" as="geometry" />
        </mxCell>
-         <mxCell id="KAzs0ncSA1o2T3-7AXRQ-105" parent="1" style="rounded=0;whiteSpace=wrap;html=1;fontStyle=1" value="Cengiz? / Schätzung 2PT" vertex="1">
+         <mxCell id="KAzs0ncSA1o2T3-7AXRQ-105" parent="1" style="rounded=0;whiteSpace=wrap;html=1;fontStyle=1" value="Ready For Sprint / Cengiz?Vil? / Schätzung 2PT" vertex="1">
          <mxGeometry height="40" width="320" x="720" y="2200" as="geometry" />
        </mxCell>
        <mxCell id="KAzs0ncSA1o2T3-7AXRQ-117" edge="1" parent="1" source="KAzs0ncSA1o2T3-7AXRQ-107" style="edgeStyle=none;rounded=0;orthogonalLoop=1;jettySize=auto;html=1;" target="KAzs0ncSA1o2T3-7AXRQ-113" value="">
          <mxGeometry relative="1" as="geometry" />
        </mxCell>
-         <mxCell id="KAzs0ncSA1o2T3-7AXRQ-107" parent="1" style="rounded=0;whiteSpace=wrap;html=1;fontStyle=1" value="Vil? / Schätzung 1PT" vertex="1">
+         <mxCell id="KAzs0ncSA1o2T3-7AXRQ-107" parent="1" style="rounded=0;whiteSpace=wrap;html=1;fontStyle=1" value="Ready For Sprint / Vil? / Schätzung 1PT" vertex="1">
          <mxGeometry height="40" width="320" x="720" y="2280" as="geometry" />
        </mxCell>
        <mxCell id="KAzs0ncSA1o2T3-7AXRQ-118" edge="1" parent="1" source="KAzs0ncSA1o2T3-7AXRQ-109" style="edgeStyle=none;rounded=0;orthogonalLoop=1;jettySize=auto;html=1;" target="KAzs0ncSA1o2T3-7AXRQ-113" value="">
          <mxGeometry relative="1" as="geometry" />
        </mxCell>
-         <mxCell id="KAzs0ncSA1o2T3-7AXRQ-109" parent="1" style="rounded=0;whiteSpace=wrap;html=1;fontStyle=1" value="Vil? / Schätzung 2PT" vertex="1">
+         <mxCell id="KAzs0ncSA1o2T3-7AXRQ-109" parent="1" style="rounded=0;whiteSpace=wrap;html=1;fontStyle=1" value="Ready For Sprint / Vil? / Schätzung 2PT" vertex="1">
          <mxGeometry height="40" width="320" x="720" y="2360" as="geometry" />
        </mxCell>
        <mxCell id="KAzs0ncSA1o2T3-7AXRQ-119" edge="1" parent="1" source="KAzs0ncSA1o2T3-7AXRQ-111" style="edgeStyle=none;rounded=0;orthogonalLoop=1;jettySize=auto;html=1;" target="KAzs0ncSA1o2T3-7AXRQ-113" value="">
          <mxGeometry relative="1" as="geometry" />
        </mxCell>
-         <mxCell id="KAzs0ncSA1o2T3-7AXRQ-111" parent="1" style="rounded=0;whiteSpace=wrap;html=1;fontStyle=1" value="Vil? / Schätzung 1PT" vertex="1">
+         <mxCell id="KAzs0ncSA1o2T3-7AXRQ-111" parent="1" style="rounded=0;whiteSpace=wrap;html=1;fontStyle=1" value="Ready For Sprint / Vil? / Schätzung 1PT" vertex="1">
          <mxGeometry height="40" width="320" x="720" y="2440" as="geometry" />
        </mxCell>
        <mxCell id="KAzs0ncSA1o2T3-7AXRQ-121" edge="1" parent="1" source="KAzs0ncSA1o2T3-7AXRQ-113" style="edgeStyle=none;rounded=0;orthogonalLoop=1;jettySize=auto;html=1;" target="KAzs0ncSA1o2T3-7AXRQ-120" value="">
          <mxGeometry relative="1" as="geometry" />
        </mxCell>
        <mxCell id="KAzs0ncSA1o2T3-7AXRQ-113" parent="1" style="rounded=0;whiteSpace=wrap;html=1;fontStyle=1;fontSize=16;" value="Frontend Restaufwand: 10 PT" vertex="1">
          <mxGeometry height="40" width="320" x="1080" y="2240" as="geometry" />
        </mxCell>
-         <mxCell id="KAzs0ncSA1o2T3-7AXRQ-120" parent="1" style="rounded=0;whiteSpace=wrap;html=1;fontStyle=1;fontSize=16;" value="Frontend Gesamt Restaufwand: 15 PT" vertex="1">
-           <mxGeometry height="40" width="320" x="1440" y="3280" as="geometry" />
+         <mxCell id="KAzs0ncSA1o2T3-7AXRQ-120" parent="1" style="rounded=0;whiteSpace=wrap;html=1;fontStyle=1;fontSize=16;" value="Frontend Gesamt Restaufwand CR006: 15 PT" vertex="1">
+           <mxGeometry height="40" width="350" x="1440" y="3280" as="geometry" />
        </mxCell>
      </root>
    </mxGraphModel>
  </diagram>
</mxfile>
